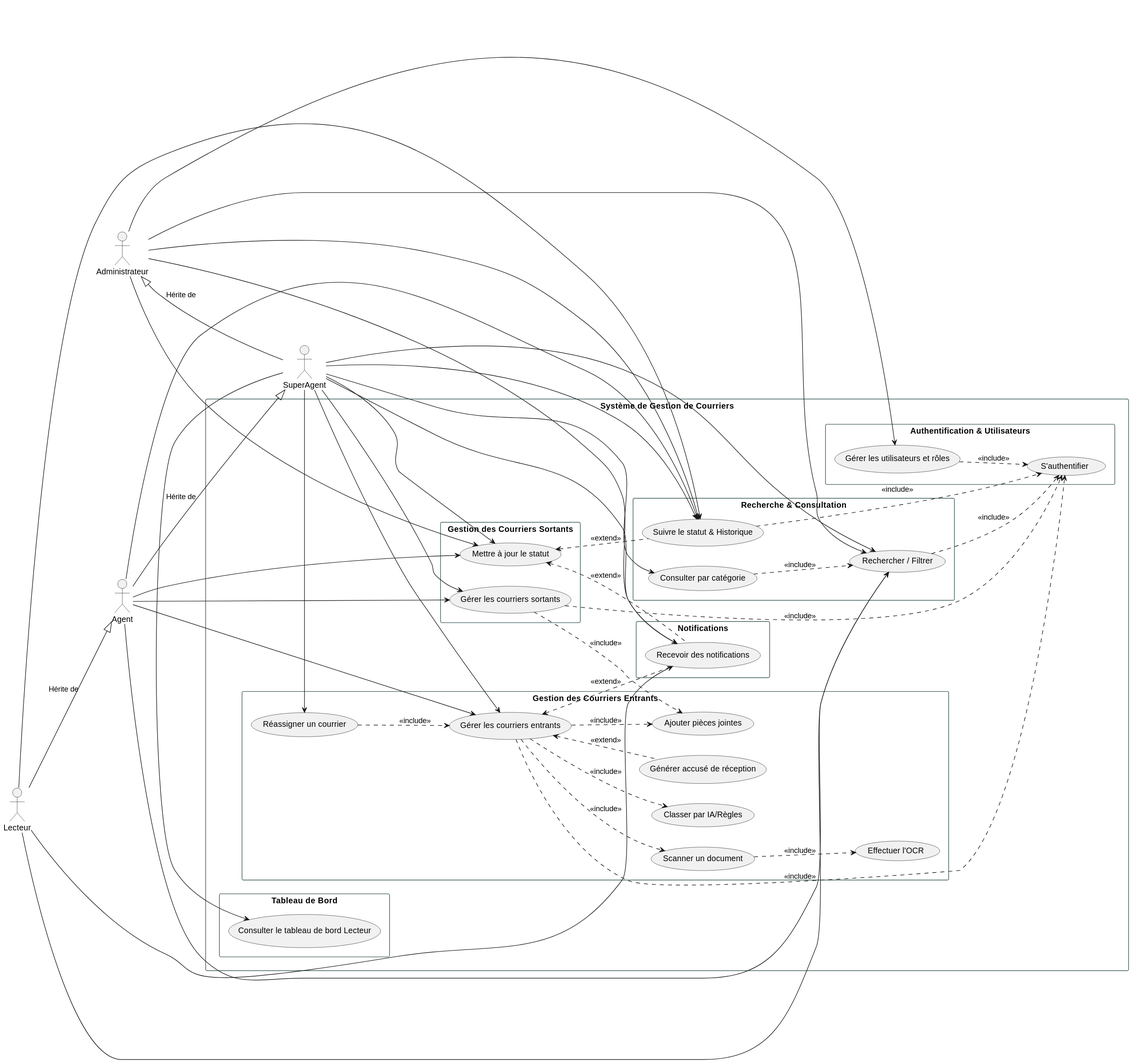
Above: Conception/UML/DiagramDeUseCase/use_case.svg in MohamedEn-nasry/Application-mobile-Bureau-Ordre-Archives-Intelligent (PlantUML), before the change. Its diagram source:
```plantuml
@startuml
left to right direction
skinparam packageStyle rectangle
skinparam shadowing false
skinparam rectangle {
    BackgroundColor White
    BorderColor DarkSlateGray
}

actor "Lecteur" as Lecteur
actor "Agent" as Agent
actor "SuperAgent" as SuperAgent
actor "Administrateur" as Admin

Lecteur -down-|> Agent : "Hérite de"
Agent -down-|> SuperAgent : "Hérite de"
SuperAgent -up-|> Admin : "Hérite de"

rectangle "Système de Gestion de Courriers" {

  package "Authentification & Utilisateurs" {
    usecase "S'authentifier" as UC_AUTH
    usecase "Gérer les utilisateurs et rôles" as UC_ADMIN_USERS
  }

  package "Gestion des Courriers Entrants" {
    usecase "Gérer les courriers entrants" as UC_ENTRANT
    usecase "Scanner un document" as UC_SCAN
    usecase "Effectuer l'OCR" as UC_OCR
    usecase "Classer par IA/Règles" as UC_CLASSIF
    usecase "Ajouter pièces jointes" as UC_JOINTS
    usecase "Générer accusé de réception" as UC_ACCUSE
    usecase "Réassigner un courrier" as UC_REASSIGN
  }

  package "Gestion des Courriers Sortants" {
    usecase "Gérer les courriers sortants" as UC_SORTANT
    usecase "Mettre à jour le statut" as UC_STATUS
  }

  package "Recherche & Consultation" {
    usecase "Rechercher / Filtrer" as UC_SEARCH
    usecase "Suivre le statut & Historique" as UC_HISTORY
    usecase "Consulter par catégorie" as UC_CATEGORY
  }

  package "Notifications" {
    usecase "Recevoir des notifications" as UC_NOTIFY
  }

  package "Tableau de Bord" {
    usecase "Consulter le tableau de bord Lecteur" as UC_DASHBOARD
  }

  UC_ENTRANT ..> UC_AUTH : <<include>>
  UC_SORTANT ..> UC_AUTH : <<include>>
  UC_SEARCH ..> UC_AUTH : <<include>>
  UC_ADMIN_USERS ..> UC_AUTH : <<include>>

  UC_ENTRANT ..> UC_SCAN : <<include>>
  UC_SCAN ..> UC_OCR : <<include>>
  UC_ENTRANT ..> UC_CLASSIF : <<include>>
  UC_ENTRANT ..> UC_JOINTS : <<include>>
  UC_SORTANT ..> UC_JOINTS : <<include>>

  UC_HISTORY ..> UC_AUTH : <<include>>

  UC_STATUS <.. UC_NOTIFY : <<extend>>
  UC_ENTRANT <.. UC_NOTIFY : <<extend>>
  UC_ENTRANT <.. UC_ACCUSE : <<extend>>
  UC_STATUS <.. UC_HISTORY : <<extend>>
  UC_REASSIGN ..> UC_ENTRANT : <<include>>
  UC_CATEGORY ..> UC_SEARCH : <<include>>
}

Agent --> UC_ENTRANT
Agent --> UC_SORTANT
Agent --> UC_SEARCH
Agent --> UC_STATUS
Agent --> UC_HISTORY

SuperAgent --> UC_ENTRANT
SuperAgent --> UC_SORTANT
SuperAgent --> UC_SEARCH
SuperAgent --> UC_STATUS
SuperAgent --> UC_HISTORY
SuperAgent --> UC_NOTIFY
SuperAgent --> UC_REASSIGN
SuperAgent --> UC_CATEGORY
SuperAgent --> UC_DASHBOARD

Admin --> UC_ADMIN_USERS
Admin --> UC_SEARCH
Admin --> UC_STATUS
Admin --> UC_NOTIFY
Admin --> UC_HISTORY

Lecteur --> UC_SEARCH
Lecteur --> UC_HISTORY
Lecteur --> UC_NOTIFY
@enduml
```
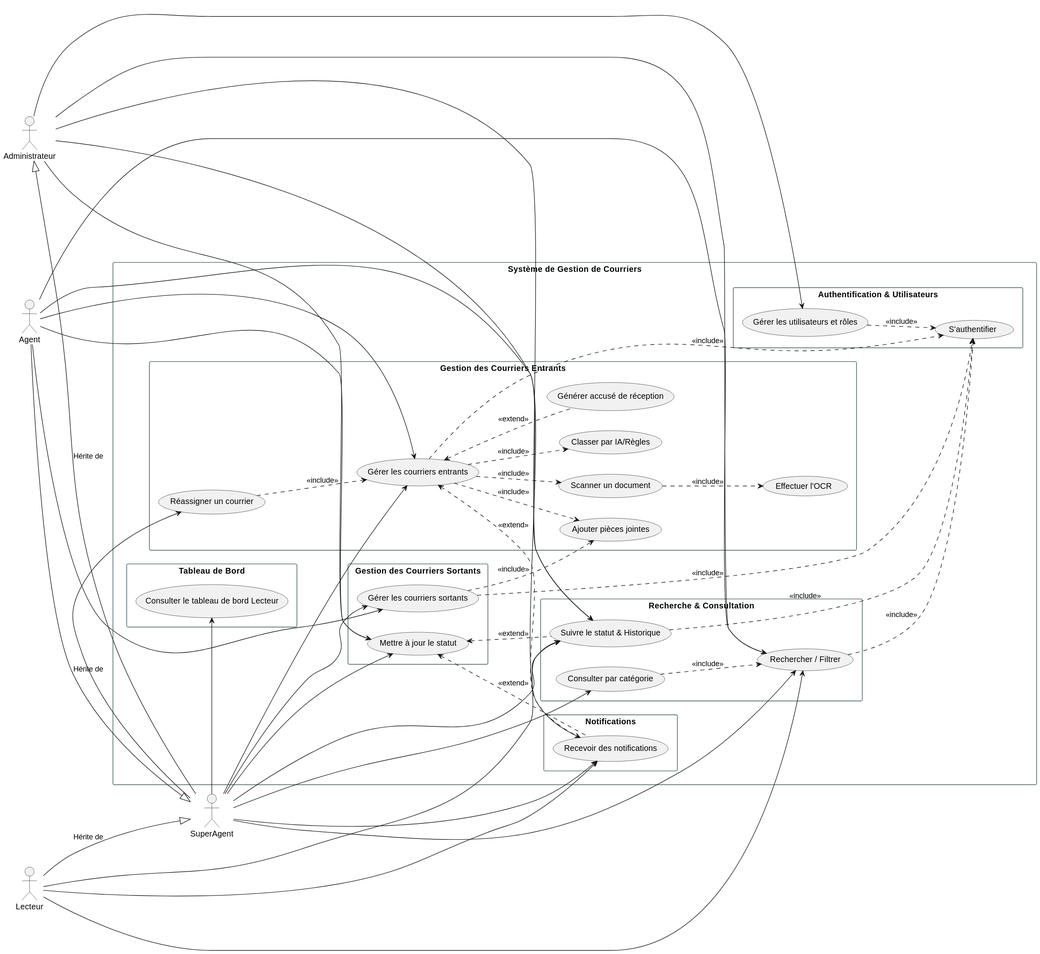
After the commit.

Change to the diagram source:
```diff
@@ -12,7 +12,7 @@
 actor "SuperAgent" as SuperAgent
 actor "Administrateur" as Admin
 
-Lecteur -down-|> Agent : "Hérite de"
+Lecteur -down-|> SuperAgent : "Hérite de"
 Agent -down-|> SuperAgent : "Hérite de"
 SuperAgent -up-|> Admin : "Hérite de"
 
```
